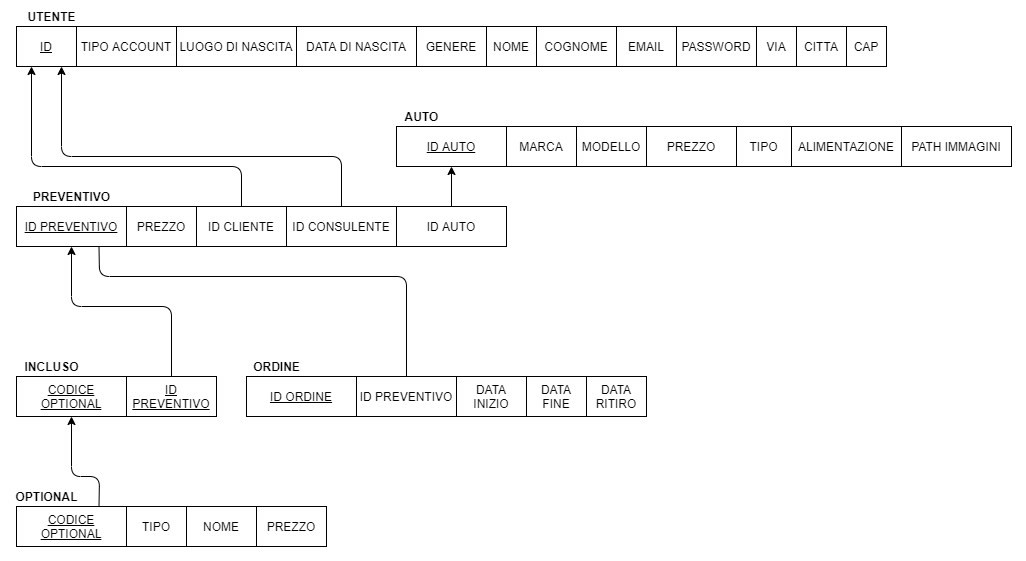
dariodidario/EasyLease keeps this draw.io diagram as Documents/System Design Document/Gestione Dati Persistenti/Mapping.png. Above is the earlier version. Source tidied: cells renumbered, new cells last; positions are measured from the earlier drawing's top-left corner, leaving out a move shared by most shapes. The source it was exported from:
```xml
<mxGraphModel>
  <root>
    <mxCell id="0" />
    <mxCell id="1" parent="0" />
    <mxCell id="2" value="&lt;u&gt;ID&lt;/u&gt;" style="rounded=0;whiteSpace=wrap;html=1;" parent="1" vertex="1">
      <mxGeometry x="10" y="20" width="60" height="40" as="geometry" />
    </mxCell>
    <mxCell id="3" value="TIPO ACCOUNT" style="rounded=0;whiteSpace=wrap;html=1;" parent="1" vertex="1">
      <mxGeometry x="70" y="20" width="100" height="40" as="geometry" />
    </mxCell>
    <mxCell id="4" value="&lt;b&gt;UTENTE&lt;/b&gt;" style="text;html=1;align=center;verticalAlign=middle;" parent="1" vertex="1">
      <mxGeometry x="15" width="60" height="20" as="geometry" />
    </mxCell>
    <mxCell id="5" value="LUOGO DI NASCITA" style="rounded=0;whiteSpace=wrap;html=1;" parent="1" vertex="1">
      <mxGeometry x="170" y="20" width="120" height="40" as="geometry" />
    </mxCell>
    <mxCell id="6" value="DATA DI NASCITA" style="rounded=0;whiteSpace=wrap;html=1;" parent="1" vertex="1">
      <mxGeometry x="290" y="20" width="120" height="40" as="geometry" />
    </mxCell>
    <mxCell id="7" value="GENERE" style="rounded=0;whiteSpace=wrap;html=1;" parent="1" vertex="1">
      <mxGeometry x="410" y="20" width="70" height="40" as="geometry" />
    </mxCell>
    <mxCell id="8" value="NOME" style="rounded=0;whiteSpace=wrap;html=1;" parent="1" vertex="1">
      <mxGeometry x="480" y="20" width="50" height="40" as="geometry" />
    </mxCell>
    <mxCell id="9" value="COGNOME" style="rounded=0;whiteSpace=wrap;html=1;" parent="1" vertex="1">
      <mxGeometry x="530" y="20" width="80" height="40" as="geometry" />
    </mxCell>
    <mxCell id="10" value="EMAIL" style="rounded=0;whiteSpace=wrap;html=1;" parent="1" vertex="1">
      <mxGeometry x="610" y="20" width="60" height="40" as="geometry" />
    </mxCell>
    <mxCell id="11" value="PASSWORD" style="rounded=0;whiteSpace=wrap;html=1;" parent="1" vertex="1">
      <mxGeometry x="670" y="20" width="80" height="40" as="geometry" />
    </mxCell>
    <mxCell id="12" value="VIA" style="rounded=0;whiteSpace=wrap;html=1;" parent="1" vertex="1">
      <mxGeometry x="750" y="20" width="40" height="40" as="geometry" />
    </mxCell>
    <mxCell id="13" value="CITTA" style="rounded=0;whiteSpace=wrap;html=1;" parent="1" vertex="1">
      <mxGeometry x="790" y="20" width="50" height="40" as="geometry" />
    </mxCell>
    <mxCell id="14" value="CAP" style="rounded=0;whiteSpace=wrap;html=1;" parent="1" vertex="1">
      <mxGeometry x="840" y="20" width="40" height="40" as="geometry" />
    </mxCell>
    <mxCell id="15" value="&lt;u&gt;ID PREVENTIVO&lt;/u&gt;" style="rounded=0;whiteSpace=wrap;html=1;" parent="1" vertex="1">
      <mxGeometry x="10" y="200" width="110" height="40" as="geometry" />
    </mxCell>
    <mxCell id="16" value="PREZZO" style="rounded=0;whiteSpace=wrap;html=1;" parent="1" vertex="1">
      <mxGeometry x="120" y="200" width="70" height="40" as="geometry" />
    </mxCell>
    <mxCell id="17" value="&lt;b&gt;PREVENTIVO&lt;/b&gt;" style="text;html=1;align=center;verticalAlign=middle;" parent="1" vertex="1">
      <mxGeometry x="20" y="180" width="90" height="20" as="geometry" />
    </mxCell>
    <mxCell id="18" value="ID CLIENTE" style="rounded=0;whiteSpace=wrap;html=1;" parent="1" vertex="1">
      <mxGeometry x="190" y="200" width="90" height="40" as="geometry" />
    </mxCell>
    <mxCell id="19" value="ID CONSULENTE" style="rounded=0;whiteSpace=wrap;html=1;" parent="1" vertex="1">
      <mxGeometry x="280" y="200" width="110" height="40" as="geometry" />
    </mxCell>
    <mxCell id="20" value="ID AUTO" style="rounded=0;whiteSpace=wrap;html=1;" parent="1" vertex="1">
      <mxGeometry x="390" y="200" width="110" height="40" as="geometry" />
    </mxCell>
    <mxCell id="21" style="endArrow=classic;html=1;fillColor=#000000;exitX=0.5;exitY=0;exitDx=0;exitDy=0;entryX=0.25;entryY=1;entryDx=0;entryDy=0;endFill=1;" parent="1" edge="1" source="18" target="2">
      <mxGeometry relative="1" as="geometry">
        <Array as="points">
          <mxPoint x="235" y="160" />
          <mxPoint x="25" y="160" />
        </Array>
      </mxGeometry>
    </mxCell>
    <mxCell id="22" style="endArrow=classic;html=1;fillColor=#000000;exitX=0.5;exitY=0;exitDx=0;exitDy=0;entryX=0.75;entryY=1;entryDx=0;entryDy=0;endFill=1;" parent="1" edge="1" source="19" target="2">
      <mxGeometry relative="1" as="geometry">
        <Array as="points">
          <mxPoint x="335" y="150" />
          <mxPoint x="55" y="150" />
        </Array>
      </mxGeometry>
    </mxCell>
    <mxCell id="23" value="&lt;u&gt;ID AUTO&lt;/u&gt;" style="rounded=0;whiteSpace=wrap;html=1;" parent="1" vertex="1">
      <mxGeometry x="390" y="120" width="110" height="40" as="geometry" />
    </mxCell>
    <mxCell id="24" value="MODELLO" style="rounded=0;whiteSpace=wrap;html=1;" parent="1" vertex="1">
      <mxGeometry x="570" y="120" width="70" height="40" as="geometry" />
    </mxCell>
    <mxCell id="25" value="&lt;b&gt;AUTO&lt;/b&gt;" style="text;html=1;align=center;verticalAlign=middle;" parent="1" vertex="1">
      <mxGeometry x="390" y="100" width="50" height="20" as="geometry" />
    </mxCell>
    <mxCell id="26" value="PREZZO" style="rounded=0;whiteSpace=wrap;html=1;" parent="1" vertex="1">
      <mxGeometry x="640" y="120" width="90" height="40" as="geometry" />
    </mxCell>
    <mxCell id="27" value="TIPO" style="rounded=0;whiteSpace=wrap;html=1;" parent="1" vertex="1">
      <mxGeometry x="730" y="120" width="55" height="40" as="geometry" />
    </mxCell>
    <mxCell id="28" value="MARCA" style="rounded=0;whiteSpace=wrap;html=1;" parent="1" vertex="1">
      <mxGeometry x="500" y="120" width="70" height="40" as="geometry" />
    </mxCell>
    <mxCell id="29" value="ALIMENTAZIONE&lt;span style=&quot;color: rgba(0 , 0 , 0 , 0) ; font-family: monospace ; font-size: 0px&quot;&gt;%3CmxGraphModel%3E%3Croot%3E%3CmxCell%20id%3D%220%22%2F%3E%3CmxCell%20id%3D%221%22%20parent%3D%220%22%2F%3E%3CmxCell%20id%3D%222%22%20value%3D%22ANNO%20DI%20IMMATRICOLAZIONE%22%20style%3D%22rounded%3D0%3BwhiteSpace%3Dwrap%3Bhtml%3D1%3B%22%20vertex%3D%221%22%20parent%3D%221%22%3E%3CmxGeometry%20x%3D%221045%22%20y%3D%22140%22%20width%3D%22110%22%20height%3D%2240%22%20as%3D%22geometry%22%2F%3E%3C%2FmxCell%3E%3C%2Froot%3E%3C%2FmxGraphModel%3E&lt;/span&gt;" style="rounded=0;whiteSpace=wrap;html=1;" parent="1" vertex="1">
      <mxGeometry x="785" y="120" width="110" height="40" as="geometry" />
    </mxCell>
    <mxCell id="30" value="PATH IMMAGINI" style="rounded=0;whiteSpace=wrap;html=1;" parent="1" vertex="1">
      <mxGeometry x="895" y="120" width="110" height="40" as="geometry" />
    </mxCell>
    <mxCell id="31" value="&lt;u&gt;CODICE OPTIONAL&lt;/u&gt;" style="rounded=0;whiteSpace=wrap;html=1;" parent="1" vertex="1">
      <mxGeometry x="10" y="500" width="110" height="40" as="geometry" />
    </mxCell>
    <mxCell id="32" value="TIPO" style="rounded=0;whiteSpace=wrap;html=1;" parent="1" vertex="1">
      <mxGeometry x="120" y="500" width="60" height="40" as="geometry" />
    </mxCell>
    <mxCell id="33" value="NOME" style="rounded=0;whiteSpace=wrap;html=1;" parent="1" vertex="1">
      <mxGeometry x="180" y="500" width="70" height="40" as="geometry" />
    </mxCell>
    <mxCell id="34" value="PREZZO" style="rounded=0;whiteSpace=wrap;html=1;" parent="1" vertex="1">
      <mxGeometry x="250" y="500" width="70" height="40" as="geometry" />
    </mxCell>
    <mxCell id="35" value="&lt;b&gt;OPTIONAL&lt;/b&gt;" style="text;html=1;align=center;verticalAlign=middle;" parent="1" vertex="1">
      <mxGeometry y="480" width="80" height="20" as="geometry" />
    </mxCell>
    <mxCell id="36" value="&lt;u&gt;CODICE OPTIONAL&lt;/u&gt;" style="rounded=0;whiteSpace=wrap;html=1;" parent="1" vertex="1">
      <mxGeometry x="10" y="370" width="110" height="40" as="geometry" />
    </mxCell>
    <mxCell id="37" value="ID PREVENTIVO" style="rounded=0;whiteSpace=wrap;html=1;fontStyle=4;" parent="1" vertex="1">
      <mxGeometry x="120" y="370" width="90" height="40" as="geometry" />
    </mxCell>
    <mxCell id="38" value="&lt;b&gt;INCLUSO&lt;/b&gt;" style="text;html=1;align=center;verticalAlign=middle;" parent="1" vertex="1">
      <mxGeometry x="10" y="350" width="70" height="20" as="geometry" />
    </mxCell>
    <mxCell id="39" style="endArrow=classic;html=1;fillColor=#000000;exitX=0.5;exitY=0;exitDx=0;exitDy=0;entryX=0.5;entryY=1;entryDx=0;entryDy=0;endFill=1;" parent="1" edge="1" source="37" target="15">
      <mxGeometry relative="1" as="geometry">
        <Array as="points">
          <mxPoint x="165" y="300" />
          <mxPoint x="65" y="300" />
        </Array>
      </mxGeometry>
    </mxCell>
    <mxCell id="40" style="endArrow=classic;html=1;fillColor=#000000;exitX=0.75;exitY=0;exitDx=0;exitDy=0;entryX=0.5;entryY=1;entryDx=0;entryDy=0;endFill=1;" parent="1" edge="1" source="31" target="36">
      <mxGeometry relative="1" as="geometry">
        <Array as="points">
          <mxPoint x="93" y="470" />
          <mxPoint x="65" y="470" />
        </Array>
      </mxGeometry>
    </mxCell>
    <mxCell id="41" value="&lt;u&gt;ID ORDINE&lt;/u&gt;" style="rounded=0;whiteSpace=wrap;html=1;" parent="1" vertex="1">
      <mxGeometry x="240" y="370" width="110" height="40" as="geometry" />
    </mxCell>
    <mxCell id="42" value="ID PREVENTIVO" style="rounded=0;whiteSpace=wrap;html=1;fontStyle=0;" parent="1" vertex="1">
      <mxGeometry x="350" y="370" width="100" height="40" as="geometry" />
    </mxCell>
    <mxCell id="43" value="DATA INIZIO" style="rounded=0;whiteSpace=wrap;html=1;" parent="1" vertex="1">
      <mxGeometry x="450" y="370" width="70" height="40" as="geometry" />
    </mxCell>
    <mxCell id="44" value="DATA FINE" style="rounded=0;whiteSpace=wrap;html=1;" parent="1" vertex="1">
      <mxGeometry x="520" y="370" width="60" height="40" as="geometry" />
    </mxCell>
    <mxCell id="45" value="&lt;b&gt;ORDINE&lt;/b&gt;" style="text;html=1;align=center;verticalAlign=middle;" parent="1" vertex="1">
      <mxGeometry x="240" y="350" width="60" height="20" as="geometry" />
    </mxCell>
    <mxCell id="46" style="endArrow=none;html=1;fillColor=#000000;exitX=0.5;exitY=0;exitDx=0;exitDy=0;entryX=0.75;entryY=1;entryDx=0;entryDy=0;" parent="1" edge="1" source="42" target="15">
      <mxGeometry relative="1" as="geometry">
        <Array as="points">
          <mxPoint x="400" y="270" />
          <mxPoint x="93" y="270" />
        </Array>
      </mxGeometry>
    </mxCell>
    <mxCell id="47" style="endArrow=classic;html=1;fillColor=#000000;exitX=0.5;exitY=0;exitDx=0;exitDy=0;entryX=0.5;entryY=1;entryDx=0;entryDy=0;endFill=1;" parent="1" edge="1" source="20" target="23">
      <mxGeometry relative="1" as="geometry" />
    </mxCell>
    <mxCell id="48" value="DATA&lt;br&gt;RITIRO" style="rounded=0;whiteSpace=wrap;html=1;" parent="1" vertex="1">
      <mxGeometry x="580" y="370" width="60" height="40" as="geometry" />
    </mxCell>
  </root>
</mxGraphModel>
```
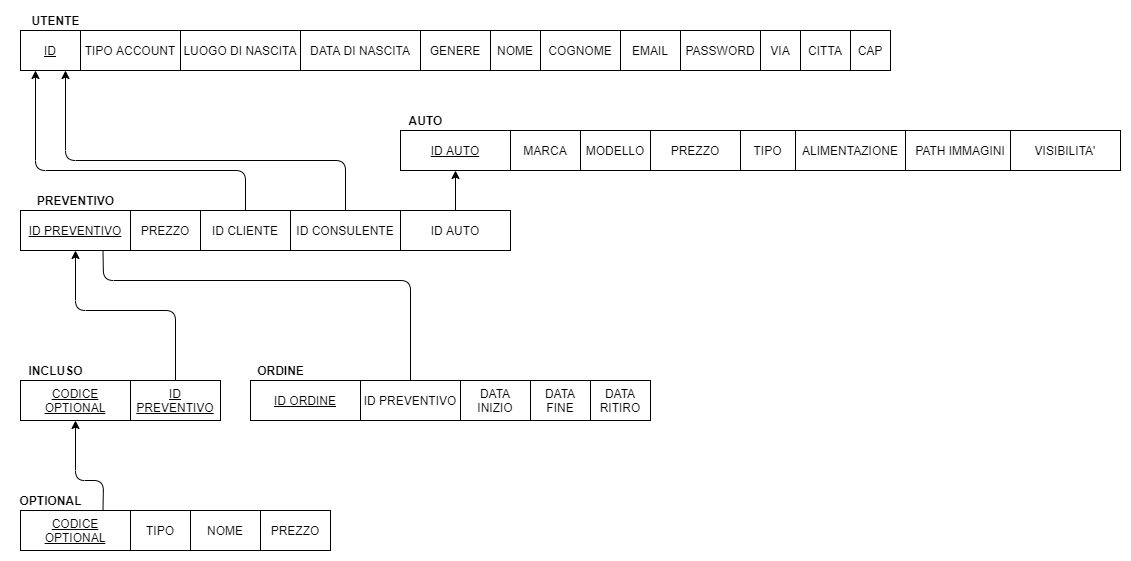
The same diagram one commit later.

Commit message:
Apportate modifiche per l'ER, Mapping e Tavola entità

Aggiunto attributo visibilità(Boolean) per l'entità auto, cosi da controllare se può essere vista o no nel catalogo

The edit, as a diff of the source:
```diff
@@ -168,5 +168,8 @@
     <mxCell id="48" value="DATA&lt;br&gt;RITIRO" style="rounded=0;whiteSpace=wrap;html=1;" parent="1" vertex="1">
       <mxGeometry x="580" y="370" width="60" height="40" as="geometry" />
     </mxCell>
+    <mxCell id="49" value="VISIBILITA'" style="rounded=0;whiteSpace=wrap;html=1;" parent="1" vertex="1">
+      <mxGeometry x="1000" y="120" width="110" height="40" as="geometry" />
+    </mxCell>
   </root>
 </mxGraphModel>
```
